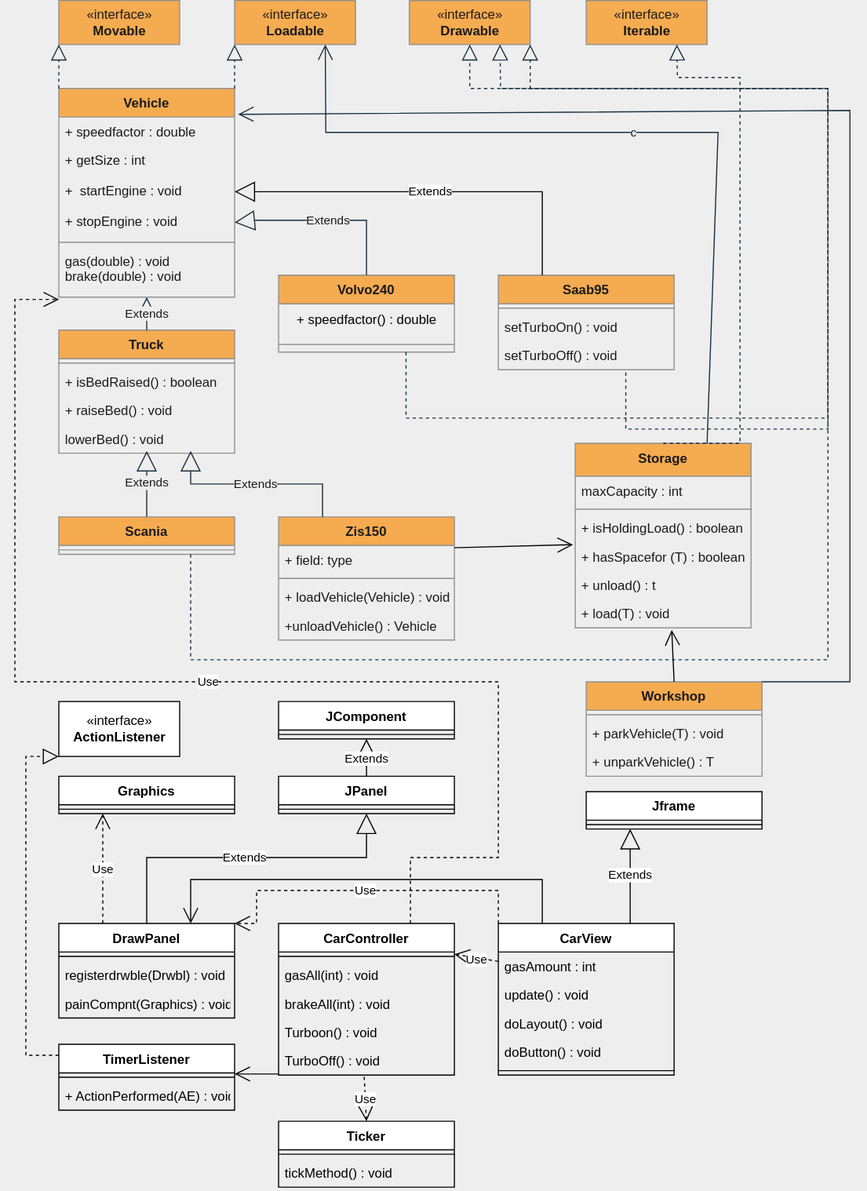
This is src/umldiagram_UPDATED_UPPGIFT_4.svg from NacasNils/laboration-1, a draw.io export, as it was before one commit. Source tidied: cells renumbered, new cells last; positions are measured from the earlier drawing's top-left corner, leaving out a move shared by most shapes.
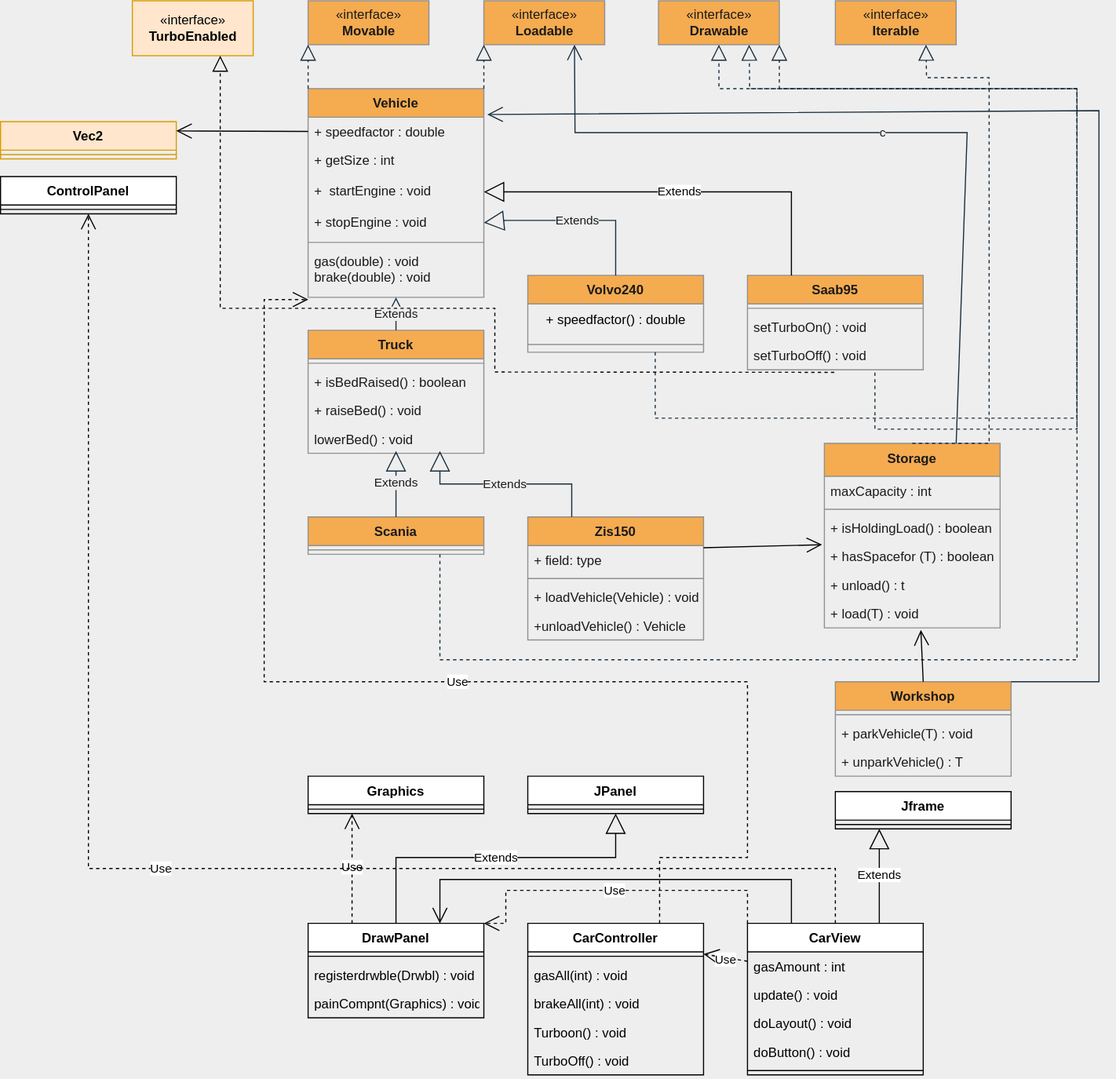
Above is the later version.

Diff of the diagram source:
```diff
@@ -263,18 +263,6 @@
     <mxCell id="70" style="line;strokeWidth=1;fillColor=none;align=left;verticalAlign=middle;spacingTop=-1;spacingLeft=3;spacingRight=3;labelPosition=right;strokeColor=inherit;" parent="65" vertex="1">
       <mxGeometry y="130" width="160" height="8" as="geometry" />
     </mxCell>
-    <mxCell id="71" value="«interface»&lt;br&gt;&lt;b&gt;ActionListener&lt;/b&gt;" style="html=1;" parent="1" vertex="1">
-      <mxGeometry x="40" y="638" width="110" height="50" as="geometry" />
-    </mxCell>
-    <mxCell id="72" style="endArrow=block;dashed=1;endFill=0;endSize=12;html=1;rounded=0;exitX=0;exitY=0;exitDx=0;exitDy=0;entryX=0;entryY=1;entryDx=0;entryDy=0;" parent="1" edge="1" target="71">
-      <mxGeometry relative="1" as="geometry">
-        <mxPoint x="40" y="960" as="sourcePoint" />
-        <Array as="points">
-          <mxPoint x="10" y="960" />
-          <mxPoint x="10" y="688" />
-        </Array>
-      </mxGeometry>
-    </mxCell>
     <mxCell id="73" value="Use" style="endArrow=open;endSize=12;dashed=1;html=1;rounded=0;exitX=0.75;exitY=0;exitDx=0;exitDy=0;entryX=0.001;entryY=1.044;entryDx=0;entryDy=0;entryPerimeter=0;" parent="1" edge="1" source="59" target="11">
       <mxGeometry relative="1" as="geometry">
         <Array as="points">
@@ -286,21 +274,6 @@
         </Array>
       </mxGeometry>
     </mxCell>
-    <mxCell id="74" style="endArrow=open;endFill=1;endSize=12;html=1;rounded=0;entryX=1;entryY=0.5;entryDx=0;entryDy=0;" parent="1" edge="1">
-      <mxGeometry relative="1" as="geometry">
-        <mxPoint x="240" y="977" as="sourcePoint" />
-        <mxPoint x="200" y="977" as="targetPoint" />
-        <Array as="points">
-          <mxPoint x="240" y="977" />
-        </Array>
-      </mxGeometry>
-    </mxCell>
-    <mxCell id="75" value="JComponent" style="swimlane;fontStyle=1;align=center;verticalAlign=top;horizontal=1;startSize=26;" parent="1" vertex="1">
-      <mxGeometry x="240" y="638" width="160" height="34" as="geometry" />
-    </mxCell>
-    <mxCell id="76" style="line;strokeWidth=1;fillColor=none;align=left;verticalAlign=middle;spacingTop=-1;spacingLeft=3;spacingRight=3;labelPosition=right;strokeColor=inherit;" parent="75" vertex="1">
-      <mxGeometry y="26" width="160" height="8" as="geometry" />
-    </mxCell>
     <mxCell id="77" value="JPanel" style="swimlane;fontStyle=1;align=center;verticalAlign=top;horizontal=1;startSize=26;" parent="1" vertex="1">
       <mxGeometry x="240" y="706" width="160" height="34" as="geometry" />
     </mxCell>
@@ -315,9 +288,6 @@
         </Array>
       </mxGeometry>
     </mxCell>
-    <mxCell id="80" value="Extends" style="endArrow=block;endSize=16;endFill=0;html=1;rounded=0;exitX=0.5;exitY=0;exitDx=0;exitDy=0;entryX=0.5;entryY=1;entryDx=0;entryDy=0;" parent="1" edge="1" source="77" target="75">
-      <mxGeometry relative="1" as="geometry" />
-    </mxCell>
     <mxCell id="81" value="Graphics" style="swimlane;fontStyle=1;align=center;verticalAlign=top;horizontal=1;startSize=26;" parent="1" vertex="1">
       <mxGeometry x="40" y="706" width="160" height="34" as="geometry" />
     </mxCell>
@@ -369,26 +339,41 @@
         </Array>
       </mxGeometry>
     </mxCell>
-    <mxCell id="93" value="TimerListener" style="swimlane;fontStyle=1;align=center;verticalAlign=top;horizontal=1;startSize=26;strokeColor=default;fontFamily=Helvetica;fontSize=12;fontColor=default;fillColor=default;" parent="1" vertex="1">
-      <mxGeometry x="40" y="950" width="160" height="60" as="geometry" />
-    </mxCell>
-    <mxCell id="94" style="line;strokeWidth=1;fillColor=none;align=left;verticalAlign=middle;spacingTop=-1;spacingLeft=3;spacingRight=3;labelPosition=right;strokeColor=inherit;fontFamily=Helvetica;fontSize=12;fontColor=default;startSize=26;" parent="93" vertex="1">
-      <mxGeometry y="26" width="160" height="8" as="geometry" />
-    </mxCell>
-    <mxCell id="95" value="+ ActionPerformed(AE) : void" style="text;strokeColor=none;fillColor=none;align=left;verticalAlign=top;spacingLeft=4;spacingRight=4;overflow=hidden;fontFamily=Helvetica;fontSize=12;fontColor=default;startSize=26;" parent="93" vertex="1">
-      <mxGeometry y="34" width="160" height="26" as="geometry" />
-    </mxCell>
-    <mxCell id="96" value="Ticker" style="swimlane;fontStyle=1;align=center;verticalAlign=top;horizontal=1;startSize=26;" parent="1" vertex="1">
-      <mxGeometry x="240" y="1020" width="160" height="60" as="geometry" />
-    </mxCell>
-    <mxCell id="97" style="line;strokeWidth=1;fillColor=none;align=left;verticalAlign=middle;spacingTop=-1;spacingLeft=3;spacingRight=3;labelPosition=right;strokeColor=inherit;" parent="96" vertex="1">
-      <mxGeometry y="26" width="160" height="8" as="geometry" />
-    </mxCell>
-    <mxCell id="98" value="tickMethod() : void" style="text;strokeColor=none;fillColor=none;align=left;verticalAlign=top;spacingLeft=4;spacingRight=4;overflow=hidden;" parent="96" vertex="1">
-      <mxGeometry y="34" width="160" height="26" as="geometry" />
-    </mxCell>
+    <mxCell id="100" value="«interface»&lt;br&gt;&lt;b&gt;TurboEnabled&lt;/b&gt;" style="html=1;fillColor=#ffe6cc;strokeColor=#d79b00;" parent="1" vertex="1">
+      <mxGeometry x="-120" width="110" height="50" as="geometry" />
+    </mxCell>
+    <mxCell id="101" style="endArrow=block;dashed=1;endFill=0;endSize=12;html=1;rounded=0;exitX=0.494;exitY=1.088;exitDx=0;exitDy=0;exitPerimeter=0;" parent="1" edge="1" source="23">
+      <mxGeometry relative="1" as="geometry">
+        <mxPoint x="-40" y="50" as="targetPoint" />
+        <Array as="points">
+          <mxPoint x="210" y="338" />
+          <mxPoint x="210" y="280" />
+          <mxPoint x="-40" y="280" />
+        </Array>
+      </mxGeometry>
+    </mxCell>
+    <mxCell id="102" value="Vec2" style="swimlane;fontStyle=1;align=center;verticalAlign=top;horizontal=1;startSize=26;fillColor=#ffe6cc;strokeColor=#d79b00;" parent="1" vertex="1">
+      <mxGeometry x="-240" y="110" width="160" height="34" as="geometry" />
+    </mxCell>
+    <mxCell id="103" style="line;strokeWidth=1;fillColor=none;align=left;verticalAlign=middle;spacingTop=-1;spacingLeft=3;spacingRight=3;labelPosition=right;strokeColor=inherit;" parent="102" vertex="1">
+      <mxGeometry y="26" width="160" height="8" as="geometry" />
+    </mxCell>
+    <mxCell id="104" style="endArrow=open;endFill=1;endSize=12;html=1;rounded=0;entryX=1;entryY=0.25;entryDx=0;entryDy=0;exitX=0;exitY=0.5;exitDx=0;exitDy=0;" parent="1" edge="1" source="6" target="102">
+      <mxGeometry relative="1" as="geometry" />
+    </mxCell>
+    <mxCell id="105" value="ControlPanel" style="swimlane;fontStyle=1;align=center;verticalAlign=top;horizontal=1;startSize=26;" parent="1" vertex="1">
+      <mxGeometry x="-240" y="160" width="160" height="34" as="geometry" />
+    </mxCell>
+    <mxCell id="106" style="line;strokeWidth=1;fillColor=none;align=left;verticalAlign=middle;spacingTop=-1;spacingLeft=3;spacingRight=3;labelPosition=right;strokeColor=inherit;" parent="105" vertex="1">
+      <mxGeometry y="26" width="160" height="8" as="geometry" />
+    </mxCell>
-    <mxCell id="99" value="Use" style="endArrow=open;endSize=12;dashed=1;html=1;rounded=0;exitX=0.487;exitY=1.059;exitDx=0;exitDy=0;exitPerimeter=0;entryX=0.5;entryY=0;entryDx=0;entryDy=0;" parent="1" edge="1" source="64" target="96">
-      <mxGeometry relative="1" as="geometry" />
+    <mxCell id="99" value="Use" style="endArrow=open;endSize=12;dashed=1;html=1;rounded=0;entryX=0.5;entryY=1;entryDx=0;entryDy=0;exitX=0.5;exitY=0;exitDx=0;exitDy=0;" parent="1" edge="1" source="65" target="105">
+      <mxGeometry relative="1" as="geometry">
+        <Array as="points">
+          <mxPoint x="520" y="790" />
+          <mxPoint x="-160" y="790" />
+        </Array>
+      </mxGeometry>
     </mxCell>
   </root>
 </mxGraphModel>
```
